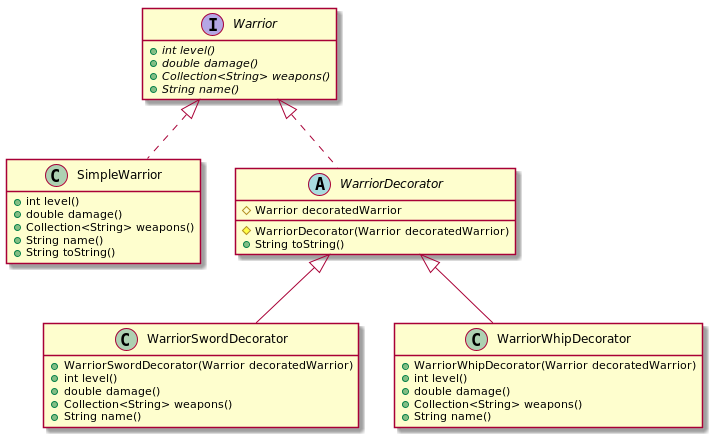
The PlantUML diagram DesignPatternsElementsOfReusableObjectOrientesSoftware/Chapter04/Decorator/image/code_class_design.png in lealceldeiro/gems, before a commit. Source of this version:
```plantuml
@startuml
interface Warrior {
    + {abstract} int level()
    + {abstract} double damage()
    + {abstract} Collection<String> weapons()
    + {abstract} String name()
}

class SimpleWarrior implements Warrior {
    + int level()
    + double damage()
    + Collection<String> weapons()
    + String name()
    + String toString()
}

abstract class WarriorDecorator implements Warrior {
    # Warrior decoratedWarrior

    # WarriorDecorator(Warrior decoratedWarrior)
    + String toString()
}

class WarriorSwordDecorator extends WarriorDecorator {
    + WarriorSwordDecorator(Warrior decoratedWarrior)
    + int level()
    + double damage()
    + Collection<String> weapons()
    + String name()
}

class WarriorWhipDecorator extends WarriorDecorator {
    + WarriorWhipDecorator(Warrior decoratedWarrior)
    + int level()
    + double damage()
    + Collection<String> weapons()
    + String name()
}

hide empty members
@enduml
```
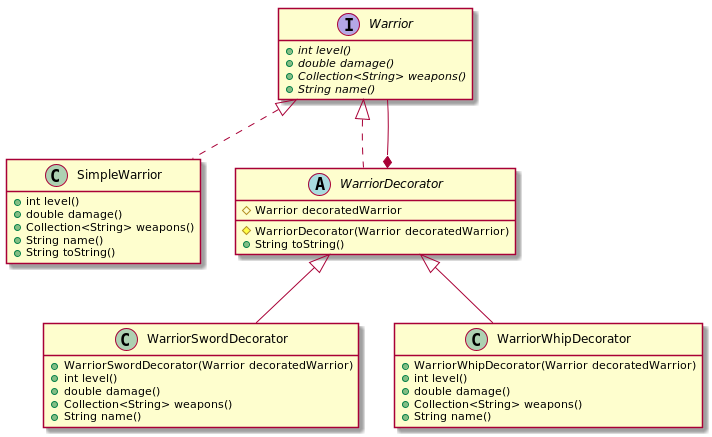
Above is the later version.

Commit message:
Update class design images

The edit, as a diff of the source:
```diff
@@ -21,6 +21,8 @@
     + String toString()
 }
 
+WarriorDecorator *-- Warrior
+
 class WarriorSwordDecorator extends WarriorDecorator {
     + WarriorSwordDecorator(Warrior decoratedWarrior)
     + int level()
```
